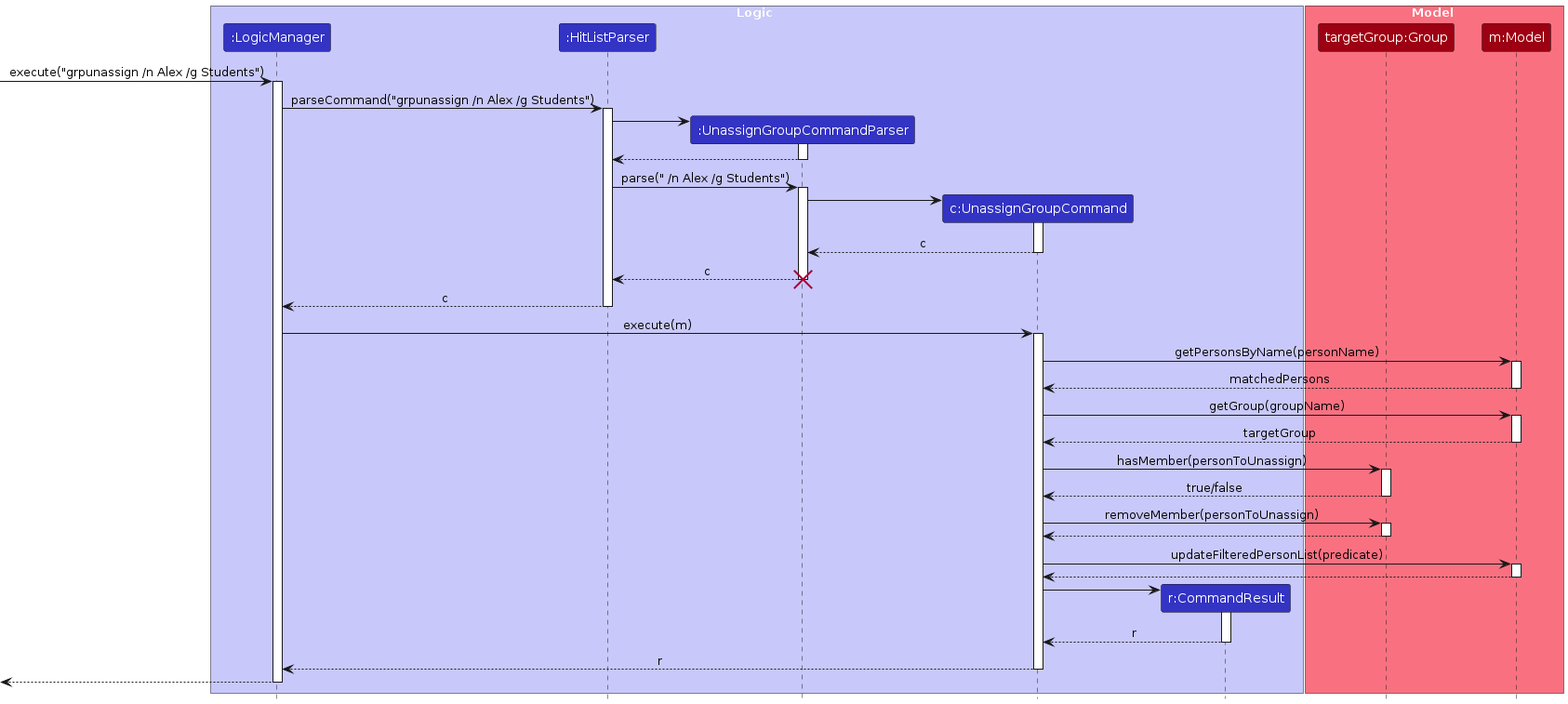
Before: diagrams/unassign-group/GroupUnassignSequenceDiagram.png, a diagram exported from PlantUML (AY2526S2-CS2103T-W11-2/tp). Its source is kept beside it as diagrams/unassign-group/GroupUnassignSequenceDiagram.puml.
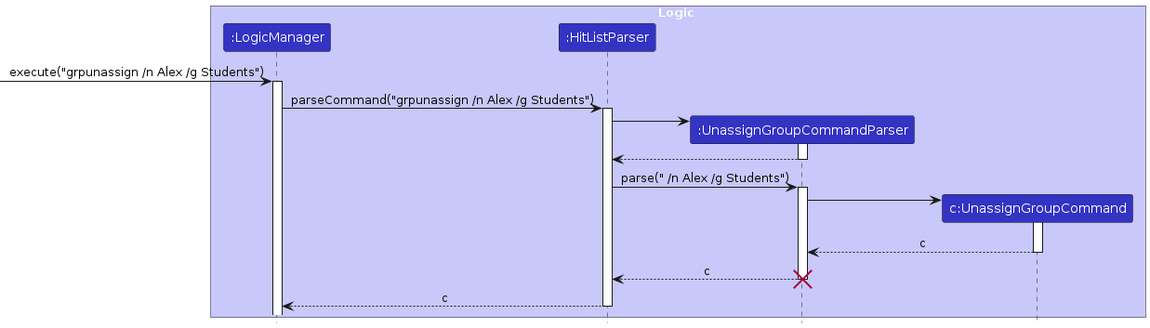
Above is the later version.

The edit, as a diff of the source:
```diff
@@ -7,12 +7,6 @@
 participant ":HitListParser" as HitListParser LOGIC_COLOR
 participant ":UnassignGroupCommandParser" as UnassignGroupCommandParser LOGIC_COLOR
 participant "c:UnassignGroupCommand" as UnassignGroupCommand LOGIC_COLOR
-participant "r:CommandResult" as CommandResult LOGIC_COLOR
-end box
-
-box Model MODEL_COLOR_T1
-participant "targetGroup:Group" as Group MODEL_COLOR
-participant "m:Model" as Model MODEL_COLOR
 end box
 
 [-> LogicManager : execute("grpunassign /n Alex /g Students")
@@ -24,7 +18,6 @@
 create UnassignGroupCommandParser
 HitListParser -> UnassignGroupCommandParser
 activate UnassignGroupCommandParser
-
 UnassignGroupCommandParser --> HitListParser
 deactivate UnassignGroupCommandParser
 
@@ -34,7 +27,6 @@
 create UnassignGroupCommand
 UnassignGroupCommandParser -> UnassignGroupCommand
 activate UnassignGroupCommand
-
 UnassignGroupCommand --> UnassignGroupCommandParser : c
 deactivate UnassignGroupCommand
 
@@ -45,44 +37,4 @@
 HitListParser --> LogicManager : c
 deactivate HitListParser
 
-LogicManager -> UnassignGroupCommand : execute(m)
-activate UnassignGroupCommand
-
-UnassignGroupCommand -> Model : getPersonsByName(personName)
-activate Model
-Model --> UnassignGroupCommand : matchedPersons
-deactivate Model
-
-UnassignGroupCommand -> Model : getGroup(groupName)
-activate Model
-Model --> UnassignGroupCommand : targetGroup
-deactivate Model
-
-UnassignGroupCommand -> Group : hasMember(personToUnassign)
-activate Group
-Group --> UnassignGroupCommand : true/false
-deactivate Group
-
-UnassignGroupCommand -> Group : removeMember(personToUnassign)
-activate Group
-Group --> UnassignGroupCommand
-deactivate Group
-
-UnassignGroupCommand -> Model : updateFilteredPersonList(predicate)
-activate Model
-Model --> UnassignGroupCommand
-deactivate Model
-
-create CommandResult
-UnassignGroupCommand -> CommandResult
-activate CommandResult
-
-CommandResult --> UnassignGroupCommand : r
-deactivate CommandResult
-
-UnassignGroupCommand --> LogicManager : r
-deactivate UnassignGroupCommand
-
-[<--LogicManager
-deactivate LogicManager
 @enduml
```
